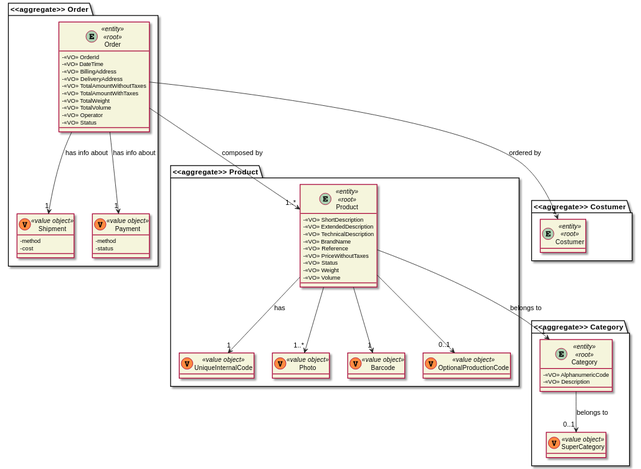
ana-albergaria/LAPR4-ISEP keeps this PlantUML diagram as docs/SprintA/DM.svg. Above is the earlier version.
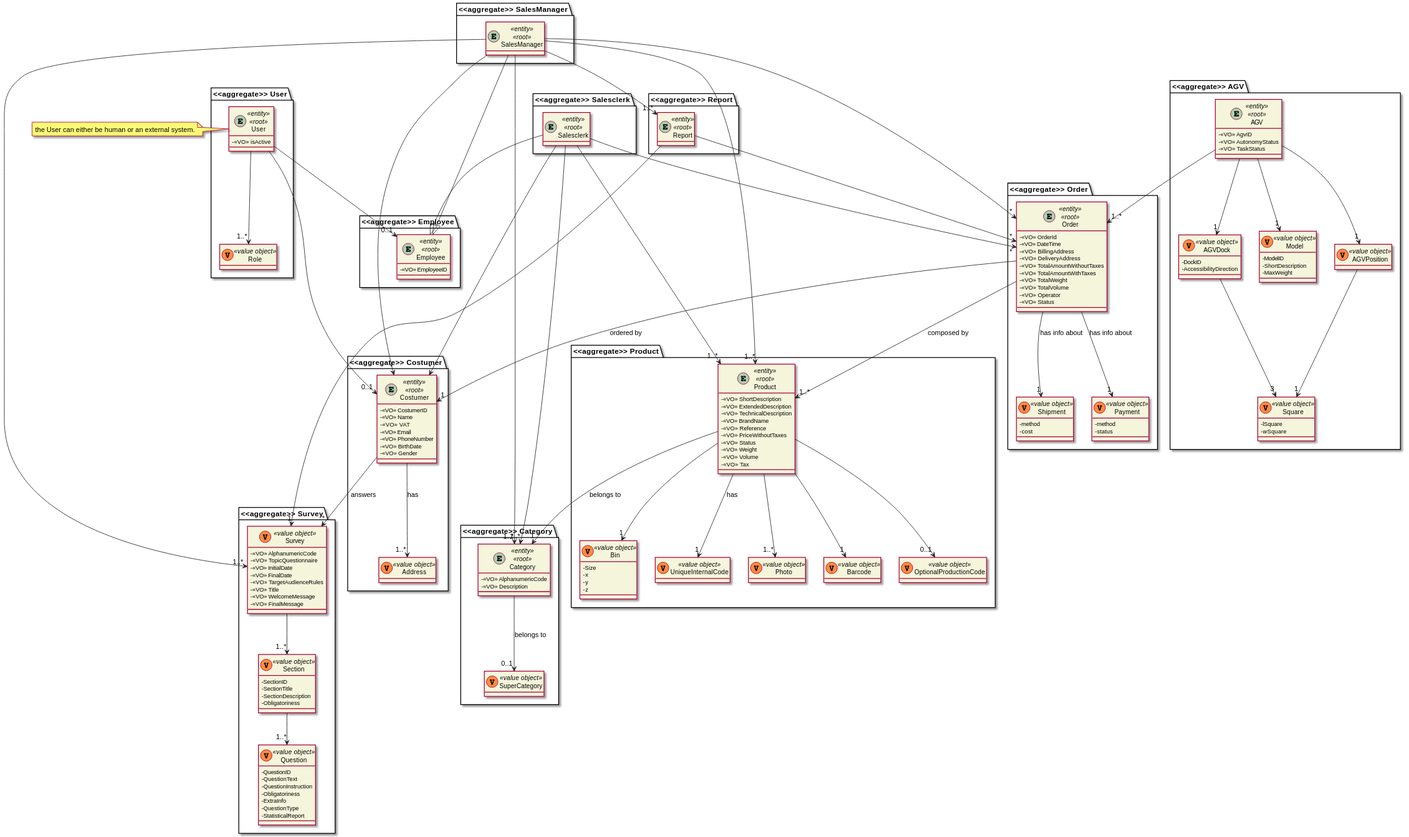
Later version of the same file.

Commit message:
G002 - Removing unnecessary aggregate

What changed in the source:
```diff
@@ -12,6 +12,7 @@
     class Photo
     class Barcode
     class OptionalProductionCode
+    class Bin
 }
 
 package "<<aggregate>> Category" {
@@ -27,6 +28,42 @@
 
 package "<<aggregate>> Costumer" {
     entity Costumer
+    class Address
+}
+
+package "<<aggregate>> Survey" {
+    entity Survey
+    class Section
+    class Question
+}
+
+package "<<aggregate>> Employee" {
+    entity Employee
+}
+
+package "<<aggregate>> Salesclerk" {
+    entity Salesclerk
+}
+
+package "<<aggregate>> SalesManager" {
+    entity SalesManager
+}
+
+package "<<aggregate>> User" {
+    entity User
+    class Role
+}
+
+package "<<aggregate>> AGV" {
+    entity AGV
+    class AGVDock
+    class AGVPosition
+    class Model
+    class Square
+}
+
+package "<<aggregate>> Report" {
+    entity Report
 }
 
 
@@ -41,6 +78,7 @@
     -<<VO>> Status /'Available, Temporarily Unavailable, Unavailable'/
     -<<VO>> Weight
     -<<VO>> Volume
+    -<<VO>> Tax
 }
 
 class UniqueInternalCode <<(V,#FF8B40) value object>>
@@ -80,7 +118,109 @@
     -status
 }
 
-entity Costumer <<entity>> <<root>> {}
+entity Costumer <<entity>> <<root>> {
+    - <<VO>> CostumerID
+    - <<VO>> Name
+    - <<VO>> VAT
+    - <<VO>> Email
+    - <<VO>> PhoneNumber
+    - <<VO>> BirthDate /'optional'/
+    - <<VO>> Gender /'optional'/
+}
+
+entity Employee <<entity>> <<root>> {
+    - <<VO>> EmployeeID
+}
+
+entity Salesclerk <<entity>> <<root>> {
+
+}
+
+entity SalesManager <<entity>> <<root>> {
+
+}
+
+entity User <<entity>> <<root>> {
+    - <<VO>> isActive
+}
+
+entity User
+note left: the User can either be human or an external system.
+
+entity Survey <<(V,#FF8B40) value object>> {
+    - <<VO>> AlphanumericCode
+    - <<VO>> TopicQuestionnaire
+    - <<VO>> InitialDate
+    - <<VO>> FinalDate
+    - <<VO>> TargetAudienceRules
+    - <<VO>> Title
+    - <<VO>> WelcomeMessage
+    - <<VO>> FinalMessage
+}
+
+entity AGV <<entity>> <<root>> {
+    - <<VO>> AgvID
+    - <<VO>> AutonomyStatus /' number of hours left until it runs out of battery '/
+    - <<VO>> TaskStatus /' free charging or occupied '/
+}
+
+entity Report <<entity>> <<root>> {
+
+}
+
+class Model <<(V,#FF8B40) value object>> {
+    - ModelID
+    - ShortDescription
+    - MaxWeight
+}
+
+class AGVDock <<(V,#FF8B40) value object>> {
+    - DockID
+    - AccessibilityDirection
+}
+
+class AGVPosition <<(V,#FF8B40) value object>> {
+
+}
+
+class Square <<(V,#FF8B40) value object>> {
+    - lSquare
+    - wSquare
+}
+
+class Bin <<(V,#FF8B40) value object>> {
+    - Size
+    - x
+    - y
+    - z
+}
+
+class Section <<(V,#FF8B40) value object>> {
+    - SectionID
+    - SectionTitle
+    - SectionDescription
+    - Obligatoriness
+}
+
+class Question <<(V,#FF8B40) value object>> {
+    - QuestionID
+    - QuestionText
+    - QuestionInstruction /' optional '/
+    - Obligatoriness
+    - ExtraInfo /' optional '/
+    - QuestionType /' (free text, multiple choices, multiple choice with input  value, ordering/ranking choices, single choice, singe choice with input value,   numeric, sorting options, scaling options) '/
+    - StatisticalReport
+}
+
+
+class Address <<(V,#FF8B40) value object>> {
+
+}
+
+class Role <<(V,#FF8B40) value object>> {
+
+}
+
 
 Product --> "1" UniqueInternalCode : has
 Product --> "1..*" Photo
@@ -95,11 +235,45 @@
 Order --> "1" Shipment : has info about
 Order --> "1" Payment : has info about
 
+Costumer --> "1..*" Address : has
+Costumer --> "*" Survey: answers
+
+Salesclerk --> "*" Costumer
+Salesclerk --> "*" Order
+Salesclerk --|> Employee
+Salesclerk --> "1..*" Product
+Salesclerk --> "1..*" Category
+
+SalesManager --> "*" Costumer
+SalesManager --> "*" Order
+SalesManager --|> Employee
+SalesManager --> "1..*" Product
+SalesManager --> "1..*" Category
+SalesManager --> "1..*" Survey
+SalesManager --> "1..*" Report
+
+User --> "1..*" Role
+User --> "0..1" Employee
+User --> "0..1" Costumer
 
 
+Product --> "1" Bin
 
+AGV --> "1" Model
+AGV --> "1" AGVDock
+AGV --> "1..*" Order
+AGV --> "1" AGVPosition
 
+AGVDock --> "3" Square
 
+AGVPosition --> "1" Square
+
+Report --> "1" Survey
+Report --> "*" Order
+
+Survey --> "1..*" Section
+
+Section --> "1..*" Question
 
 
 @enduml
```
